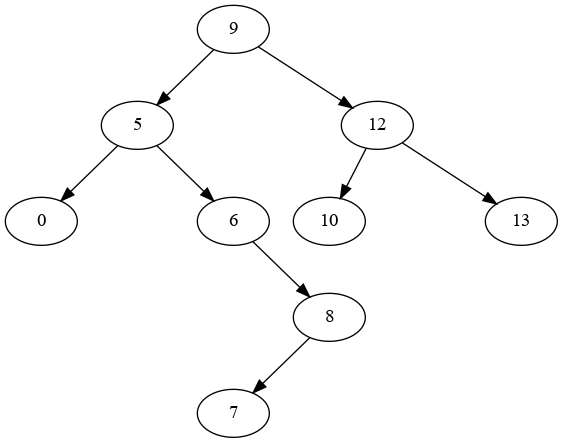
Above: docs/mp2i/files/C12/temp.png in fabricenativel/cpge-info (Graphviz), before the change. Its source is kept beside it as docs/mp2i/files/C12/temp.gv.
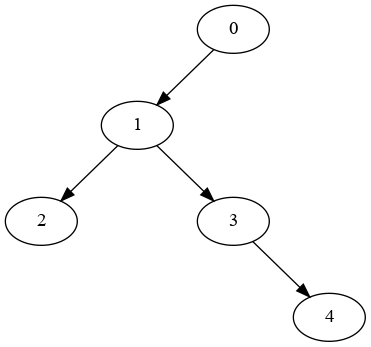
Later version of the same file.

What changed in the source:
```diff
@@ -1,24 +1,16 @@
 digraph mygraph {
-9 -> 5
+0 -> 1
 I0 [style=invis]
- 9 -> I0 [style=invis]
-9 -> 12
-5 -> 0
+ 0 -> I0 [style=invis]
 I1 [style=invis]
- 5 -> I1 [style=invis]
-5 -> 6
+ 0 -> I1 [style=invis]
+1 -> 2
 I2 [style=invis]
- 6 -> I2 [style=invis]
+ 1 -> I2 [style=invis]
+1 -> 3
 I3 [style=invis]
- 6 -> I3 [style=invis]
-6 -> 8
-8 -> 7
+ 3 -> I3 [style=invis]
 I4 [style=invis]
- 8 -> I4 [style=invis]
-I5 [style=invis]
- 8 -> I5 [style=invis]
-12 -> 10
-I6 [style=invis]
- 12 -> I6 [style=invis]
-12 -> 13
+ 3 -> I4 [style=invis]
+3 -> 4
 }
```
